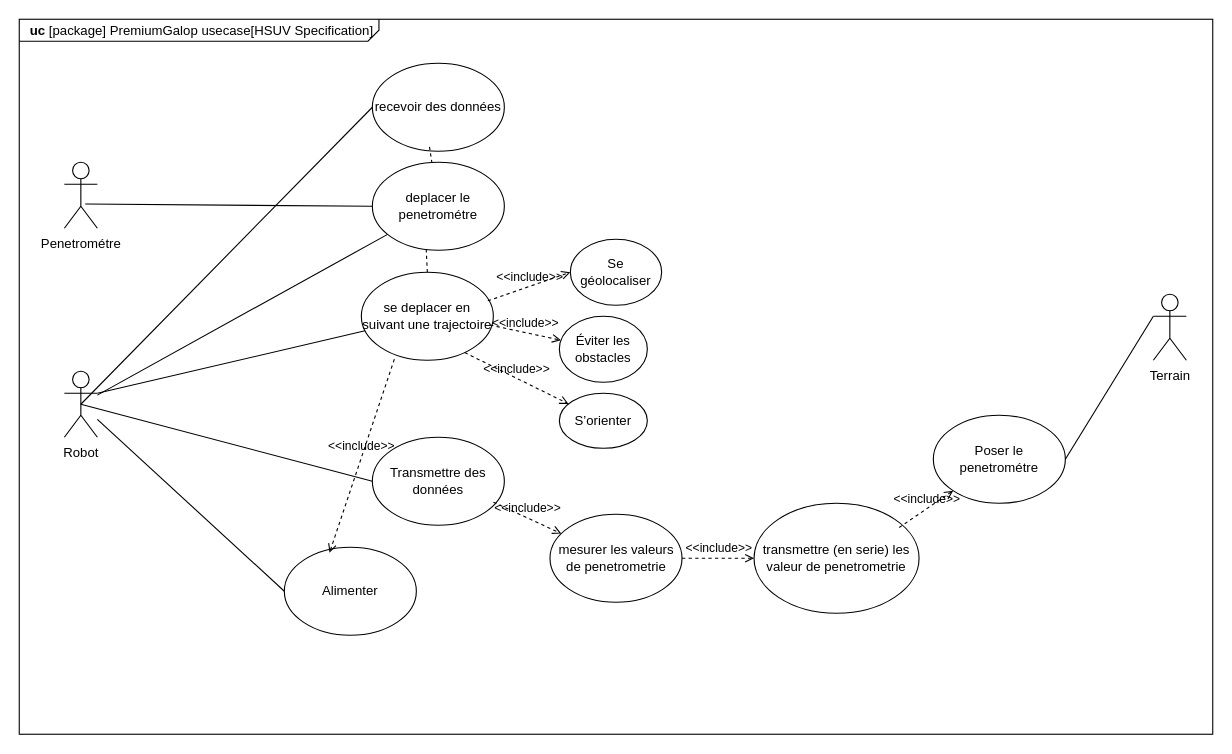
The draw.io diagram SYSML/UC 5.drawio in ToGen49/Hippodrome, before the edit. Source tidied: cells renumbered, new cells numbered last; positions are measured from the earlier drawing's top-left corner, leaving out a move shared by most shapes. Both pictures are drawn from the tidied source at 110%, with x=0, y=0 at pixel (19, 19).
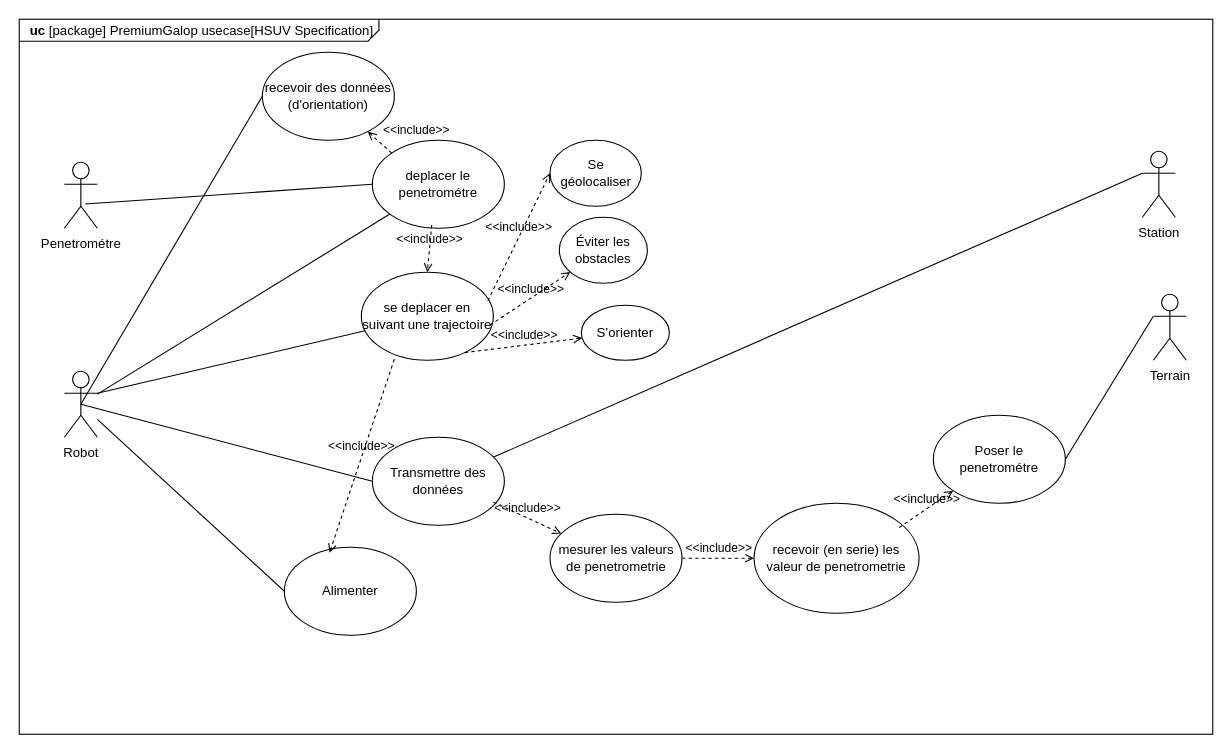
After the change.

Commit message:
Mettre à jour UC 5.drawio

Unchanged cells that the change refers to:
```xml
<mxCell id="10" value="se deplacer en suivant une trajectoire" style="ellipse;whiteSpace=wrap;html=1;" parent="1" vertex="1">
  <mxGeometry x="311" y="230" width="120" height="80" as="geometry" />
</mxCell>
<mxCell id="14" value="Transmettre des données" style="ellipse;whiteSpace=wrap;html=1;" parent="1" vertex="1">
  <mxGeometry x="321" y="380" width="120" height="80" as="geometry" />
</mxCell>
```

Diff of the diagram source:
```diff
@@
     <mxCell id="3" value="deplacer le penetrométre" style="ellipse;whiteSpace=wrap;html=1;" parent="1" vertex="1">
-      <mxGeometry x="321" y="130" width="120" height="80" as="geometry" />
+      <mxGeometry x="321" y="110" width="120" height="80" as="geometry" />
     </mxCell>
@@
-    <mxCell id="6" value="transmettre (en serie) les valeur de penetrometrie" style="ellipse;whiteSpace=wrap;html=1;" parent="1" vertex="1">
+    <mxCell id="6" value="recevoir (en serie) les valeur de penetrometrie" style="ellipse;whiteSpace=wrap;html=1;" parent="1" vertex="1">
       <mxGeometry x="668" y="440" width="150" height="100" as="geometry" />
     </mxCell>
@@
-    <mxCell id="11" value="recevoir des données" style="ellipse;whiteSpace=wrap;html=1;" parent="1" vertex="1">
-      <mxGeometry x="321" y="40" width="120" height="80" as="geometry" />
+    <mxCell id="11" value="recevoir des données&lt;div&gt;(d'orientation)&lt;/div&gt;" style="ellipse;whiteSpace=wrap;html=1;" parent="1" vertex="1">
+      <mxGeometry x="221" y="30" width="120" height="80" as="geometry" />
     </mxCell>
     <mxCell id="12" value="Se géolocaliser" style="ellipse;whiteSpace=wrap;html=1;" parent="1" vertex="1">
-      <mxGeometry x="501" y="200" width="83" height="60" as="geometry" />
+      <mxGeometry x="482.5" y="110" width="83" height="60" as="geometry" />
     </mxCell>
     <mxCell id="13" value="S’orienter" style="ellipse;whiteSpace=wrap;html=1;" parent="1" vertex="1">
-      <mxGeometry x="491" y="340" width="80" height="50" as="geometry" />
+      <mxGeometry x="511" y="260" width="80" height="50" as="geometry" />
     </mxCell>
@@
     <mxCell id="15" value="Éviter les obstacles" style="ellipse;whiteSpace=wrap;html=1;" parent="1" vertex="1">
-      <mxGeometry x="491" y="270" width="80" height="60" as="geometry" />
+      <mxGeometry x="491" y="180" width="80" height="60" as="geometry" />
     </mxCell>
@@
-    <mxCell id="21" style="endArrow=none;dashed=1;html=1;rounded=0;exitX=0.408;exitY=0.988;exitDx=0;exitDy=0;exitPerimeter=0;entryX=0.5;entryY=0;entryDx=0;entryDy=0;" parent="1" edge="1" source="3" target="10">
-      <mxGeometry relative="1" as="geometry" />
-    </mxCell>
@@
-    <mxCell id="25" style="endArrow=none;dashed=1;html=1;rounded=0;exitX=0.433;exitY=0.95;exitDx=0;exitDy=0;exitPerimeter=0;" parent="1" edge="1" source="11" target="3">
-      <mxGeometry relative="1" as="geometry" />
-    </mxCell>
@@
+    <mxCell id="21" value="&amp;lt;&amp;lt;include&amp;gt;&amp;gt;" style="edgeStyle=none;html=1;endArrow=open;verticalAlign=bottom;dashed=1;labelBackgroundColor=none;rounded=0;exitX=0.45;exitY=0.963;exitDx=0;exitDy=0;exitPerimeter=0;entryX=0.5;entryY=0;entryDx=0;entryDy=0;" parent="1" edge="1" source="3" target="10">
+      <mxGeometry relative="1" as="geometry" />
+    </mxCell>
+    <mxCell id="33" value="Station" style="shape=umlActor;html=1;verticalLabelPosition=bottom;verticalAlign=top;align=center;" parent="1" vertex="1">
+      <mxGeometry x="1021" y="120" width="30" height="60" as="geometry" />
+    </mxCell>
+    <mxCell id="34" style="edgeStyle=none;html=1;endArrow=none;verticalAlign=bottom;rounded=0;exitX=0;exitY=0.3333333333333333;exitDx=0;exitDy=0;exitPerimeter=0;" parent="1" edge="1" source="33" target="14">
+      <mxGeometry relative="1" as="geometry" />
+    </mxCell>
+    <mxCell id="35" value="&amp;lt;&amp;lt;include&amp;gt;&amp;gt;" style="edgeStyle=none;html=1;endArrow=open;verticalAlign=bottom;dashed=1;labelBackgroundColor=none;rounded=0;exitX=0;exitY=0;exitDx=0;exitDy=0;" parent="1" edge="1" source="3" target="11">
+      <mxGeometry x="-1" y="-25" relative="1" as="geometry">
+        <mxPoint x="6" y="7" as="offset" />
+      </mxGeometry>
+    </mxCell>
```
